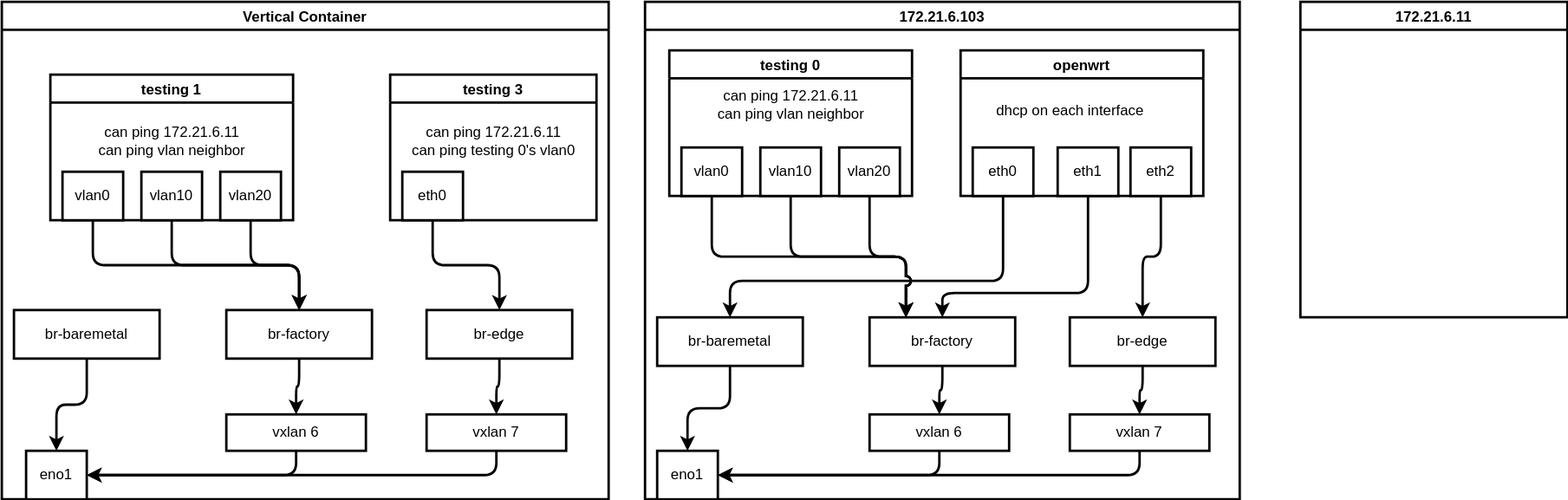
The draw.io diagram redhat/notes/2022/dia/2022.11.ovs.sdn.drawio.svg in wangzheng422/docker_env, before a commit. Source tidied: cells renumbered, new cells last; positions are measured from the earlier drawing's top-left corner, leaving out a move shared by most shapes.
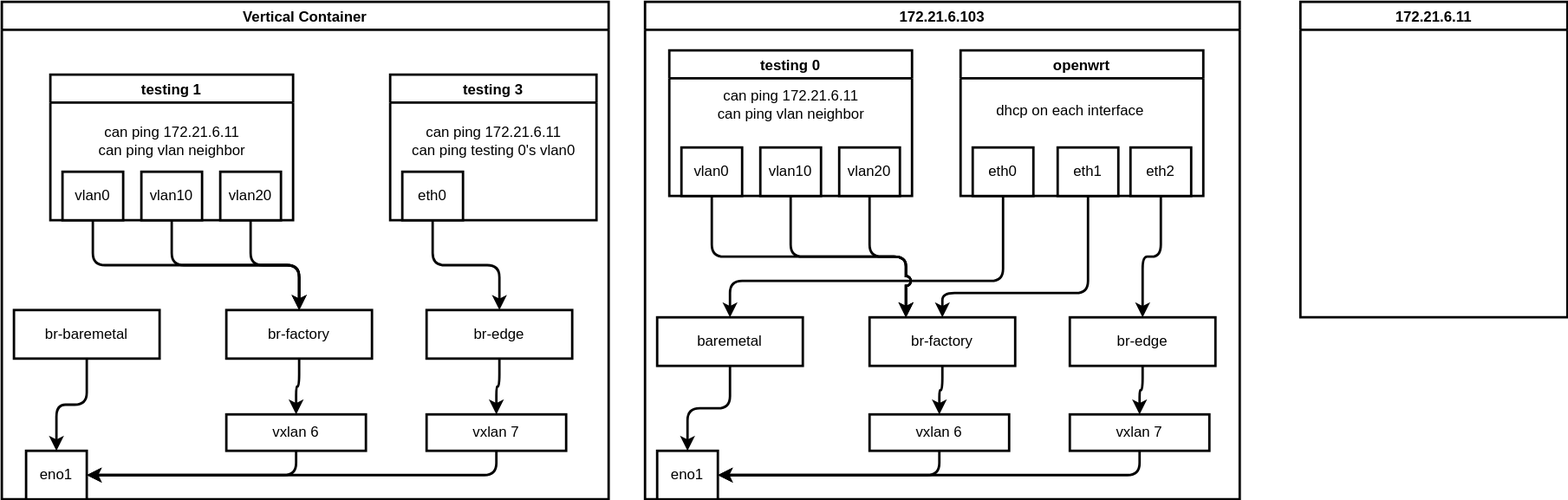
Later version of the same file.

Change to the diagram source:
```diff
@@ -104,7 +104,7 @@
     <mxCell id="35" style="edgeStyle=orthogonalEdgeStyle;html=1;strokeWidth=2;" parent="26" edge="1" source="36" target="37">
       <mxGeometry relative="1" as="geometry" />
     </mxCell>
-    <mxCell id="36" value="br-baremetal" style="rounded=0;whiteSpace=wrap;html=1;strokeWidth=2;" parent="26" vertex="1">
+    <mxCell id="36" value="baremetal" style="rounded=0;whiteSpace=wrap;html=1;strokeWidth=2;" parent="26" vertex="1">
       <mxGeometry x="10" y="260" width="120" height="40" as="geometry" />
     </mxCell>
     <mxCell id="37" value="eno1" style="rounded=0;whiteSpace=wrap;html=1;strokeWidth=2;" parent="26" vertex="1">
```
